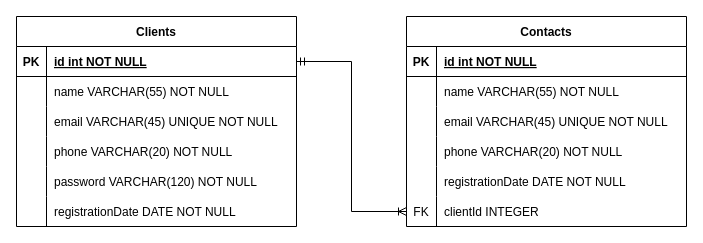
The draw.io diagram sql/diagram.drawio in Cleyviton/MyAgenda-bff, before the edit. Source tidied: cells renumbered, new cells numbered last; positions are measured from the earlier drawing's top-left corner, leaving out a move shared by most shapes. Both pictures are drawn from the tidied source at 100%, with x=0, y=0 at pixel (16, 16).
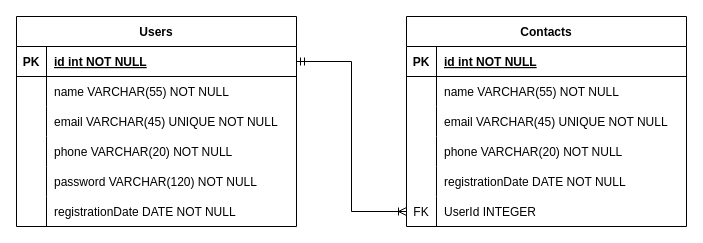
The same diagram, later.

Unchanged cells that the change refers to:
```xml
<mxCell id="37" style="shape=partialRectangle;fillColor=none;points=[[0,0.5],[1,0.5]];portConstraint=eastwest;top=0;left=0;right=0;bottom=0;" parent="21" vertex="1">
  <mxGeometry y="180" width="280" height="30" as="geometry" />
</mxCell>
```

The edit, as a diff of the source:
```diff
@@
-    <mxCell id="2" value="Clients" style="shape=table;startSize=30;childLayout=tableLayout;rowLines=0;fontStyle=1;align=center;" parent="1" vertex="1">
+    <mxCell id="2" value="Users" style="shape=table;startSize=30;childLayout=tableLayout;rowLines=0;fontStyle=1;align=center;" parent="1" vertex="1">
       <mxGeometry width="280" height="210" as="geometry" />
     </mxCell>
@@
-    <mxCell id="39" value="clientId INTEGER" style="shape=partialRectangle;overflow=hidden;fillColor=none;top=0;left=0;bottom=0;right=0;align=left;spacingLeft=6;" parent="37" vertex="1">
+    <mxCell id="39" value="UserId INTEGER" style="shape=partialRectangle;overflow=hidden;fillColor=none;top=0;left=0;bottom=0;right=0;align=left;spacingLeft=6;" parent="37" vertex="1">
       <mxGeometry x="30" width="250" height="30" as="geometry" />
     </mxCell>
```
